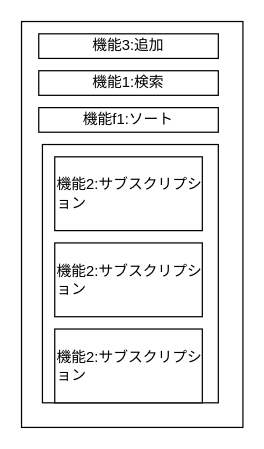
The draw.io diagram doc/ Screen_Design/ホーム画面/ホーム画面.dio in ruteru64/SubsCompass, before the edit. Source tidied: cells renumbered, new cells numbered last; positions are measured from the earlier drawing's top-left corner, leaving out a move shared by most shapes. Both pictures are drawn from the tidied source at 123%, with x=0, y=0 at pixel (21, 21).
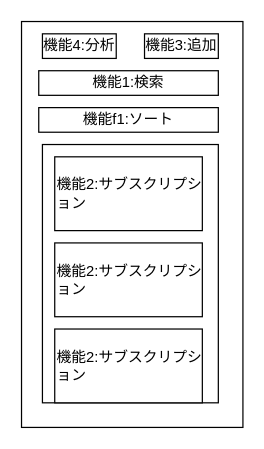
The same page after the edit.

Change to the diagram source:
```diff
@@
 <mxGraphModel>
   <root>
     <mxCell id="0" />
     <mxCell id="1" parent="0" />
     <mxCell id="2" style="rounded=0;whiteSpace=wrap;html=1;" parent="1" vertex="1">
       <mxGeometry width="180" height="330" as="geometry" />
     </mxCell>
     <mxCell id="3" value="機能1:検索" style="rounded=0;whiteSpace=wrap;html=1;" parent="1" vertex="1">
       <mxGeometry x="14" y="40" width="146" height="20" as="geometry" />
     </mxCell>
     <mxCell id="4" value="機能f1:ソート" style="rounded=0;whiteSpace=wrap;html=1;" parent="1" vertex="1">
       <mxGeometry x="14" y="70" width="146" height="20" as="geometry" />
     </mxCell>
     <mxCell id="5" style="rounded=0;whiteSpace=wrap;html=1;" parent="1" vertex="1">
       <mxGeometry x="17" y="100" width="143" height="210" as="geometry" />
     </mxCell>
     <mxCell id="6" value="機能2:サブスクリプション" style="rounded=0;whiteSpace=wrap;html=1;align=left;" parent="1" vertex="1">
       <mxGeometry x="27" y="110" width="120" height="60" as="geometry" />
     </mxCell>
     <mxCell id="7" value="機能2:サブスクリプション" style="rounded=0;whiteSpace=wrap;html=1;align=left;" parent="1" vertex="1">
       <mxGeometry x="27" y="180" width="120" height="60" as="geometry" />
     </mxCell>
     <mxCell id="8" value="機能2:サブスクリプション" style="rounded=0;whiteSpace=wrap;html=1;align=left;" parent="1" vertex="1">
       <mxGeometry x="27" y="250" width="120" height="60" as="geometry" />
     </mxCell>
     <mxCell id="9" value="機能3:追加" style="rounded=0;whiteSpace=wrap;html=1;" parent="1" vertex="1">
-      <mxGeometry x="14" y="10" width="146" height="20" as="geometry" />
+      <mxGeometry x="100" y="10" width="60" height="20" as="geometry" />
     </mxCell>
+    <mxCell id="10" value="機能4:分析" style="rounded=0;whiteSpace=wrap;html=1;" parent="1" vertex="1">
+      <mxGeometry x="17" y="10" width="60" height="20" as="geometry" />
+    </mxCell>
   </root>
 </mxGraphModel>
```
